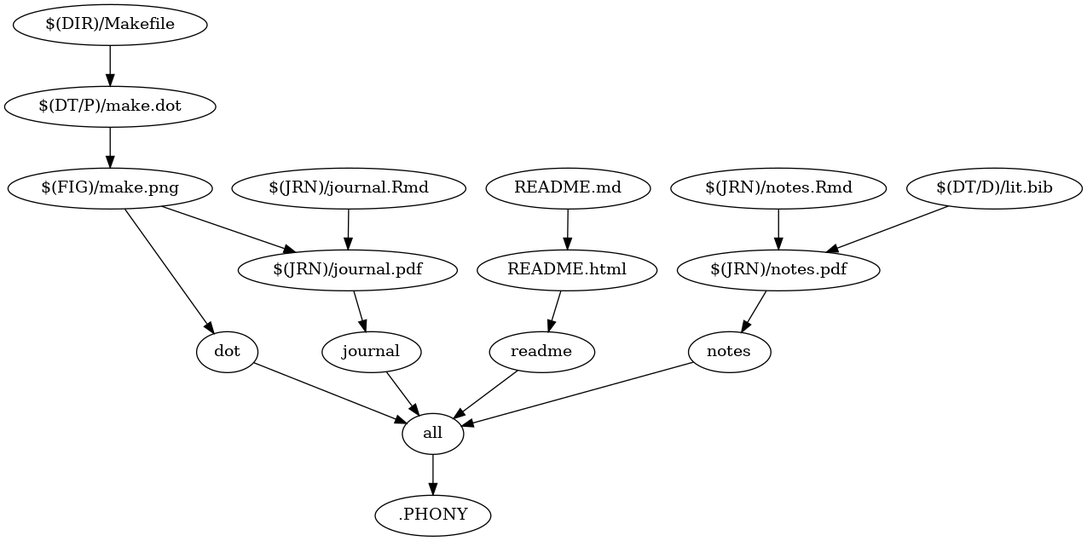
Before: figures/make.png, a diagram exported from Graphviz (majazaloznik/2019-07-rep-res-humanities-oxford). Its source is kept beside it as data/processed/make.dot. The source it was exported from:
```dot
digraph G {
	rankdir="TB"
	"all"
	"journal" -> "all"
	"readme" -> "all"
	"dot" -> "all"
	"notes" -> "all"
	".PHONY"
	"all" -> ".PHONY"
	"dot"
	"$(FIG)/make.png" -> "dot"
	"$(FIG)/make.png"
	"$(DT/P)/make.dot" -> "$(FIG)/make.png"
	"$(DT/P)/make.dot"
	"$(DIR)/Makefile" -> "$(DT/P)/make.dot"
	"journal"
	"$(JRN)/journal.pdf" -> "journal"
	"$(JRN)/journal.pdf"
	"$(JRN)/journal.Rmd" -> "$(JRN)/journal.pdf"
	"$(FIG)/make.png" -> "$(JRN)/journal.pdf"
	"notes"
	"$(JRN)/notes.pdf" -> "notes"
	"$(JRN)/notes.pdf"
	"$(JRN)/notes.Rmd" -> "$(JRN)/notes.pdf"
	"$(DT/D)/lit.bib" -> "$(JRN)/notes.pdf"
	"readme"
	"README.html" -> "readme"
	"README.html"
	"README.md" -> "README.html"
}
```
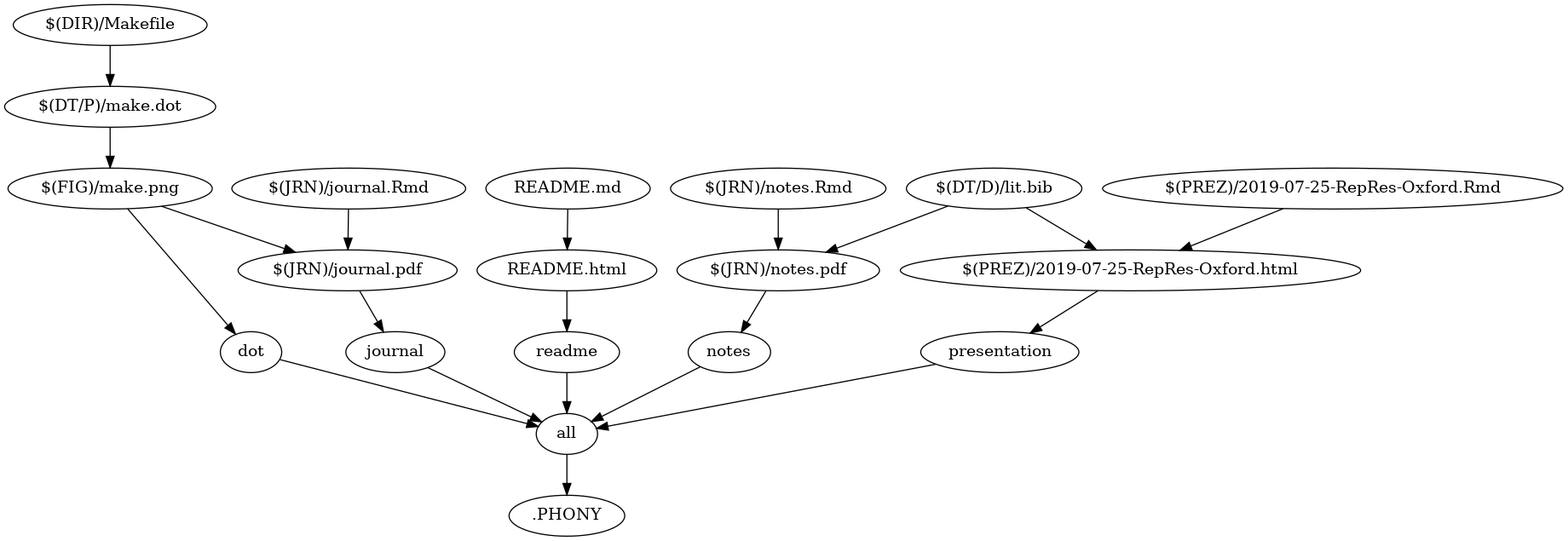
The same file after the commit.

The edit, as a diff of the source:
```diff
@@ -5,6 +5,7 @@
 	"readme" -> "all"
 	"dot" -> "all"
 	"notes" -> "all"
+	"presentation" -> "all"
 	".PHONY"
 	"all" -> ".PHONY"
 	"dot"
@@ -23,6 +24,11 @@
 	"$(JRN)/notes.pdf"
 	"$(JRN)/notes.Rmd" -> "$(JRN)/notes.pdf"
 	"$(DT/D)/lit.bib" -> "$(JRN)/notes.pdf"
+	"presentation"
+	"$(PREZ)/2019-07-25-RepRes-Oxford.html" -> "presentation"
+	"$(PREZ)/2019-07-25-RepRes-Oxford.html"
+	"$(PREZ)/2019-07-25-RepRes-Oxford.Rmd" -> "$(PREZ)/2019-07-25-RepRes-Oxford.html"
+	"$(DT/D)/lit.bib" -> "$(PREZ)/2019-07-25-RepRes-Oxford.html"
 	"readme"
 	"README.html" -> "readme"
 	"README.html"
```
